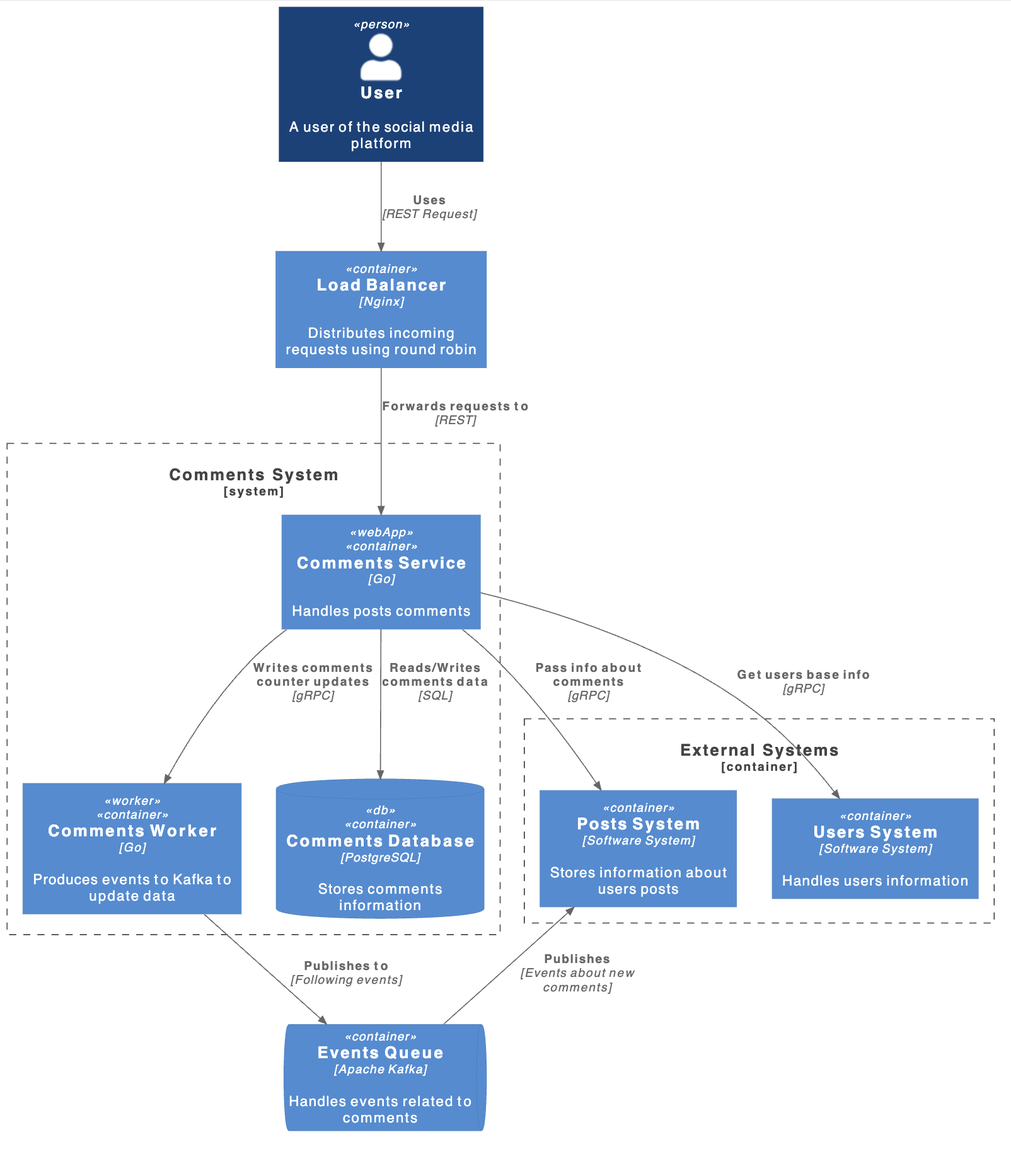
Earlier version of the PlantUML export architecture/comments/comments.png (Sly-al/social_network_system_design). Its source is kept beside it as architecture/comments/comments.puml. The source it was exported from:
```plantuml
@startuml
!include https://raw.githubusercontent.com/plantuml-stdlib/C4-PlantUML/master/C4_Container.puml

Person(user, "User", "A user of the social media platform")

Container(loadBalancer, "Load Balancer", "Nginx", "Distributes incoming requests using round robin")

System_Boundary(commentsSystem, "Comments System") {
    Container(commentsService, "Comments Service", "Go", "Handles posts comments", $tags="webApp")
    Container(commentsWorker, "Comments Worker", "Go", "Produces events to Kafka to update data", $tags="worker")
    ContainerDb(commentsDatabase, "Comments Database", "PostgreSQL", "Stores comments information", $tags="db")
}

Container_Boundary(externalSystems, "External Systems") {
    Container(usersSystem, "Users System", "Software System", "Handles users information")
    Container(postsSystem, "Posts System", "Software System", "Stores information about users posts")
}

ContainerQueue(messageQueue, "Events Queue", "Apache Kafka", "Handles events related to comments")

Rel(user, loadBalancer, "Uses", "REST Request")
Rel(loadBalancer, commentsService, "Forwards requests to", "REST")

Rel(commentsService, commentsDatabase, "Reads/Writes comments data", "SQL")
Rel(commentsService, commentsWorker, "Writes comments counter updates", "gRPC")

Rel(commentsService, usersSystem, "Get users base info", "gRPC")
Rel(commentsService, postsSystem, "Pass info about comments", "gRPC")

Rel_U(messageQueue, postsSystem, "Publishes", "Events about new comments")
Rel_D(commentsWorker, messageQueue, "Publishes to", "Following events")

@enduml
```
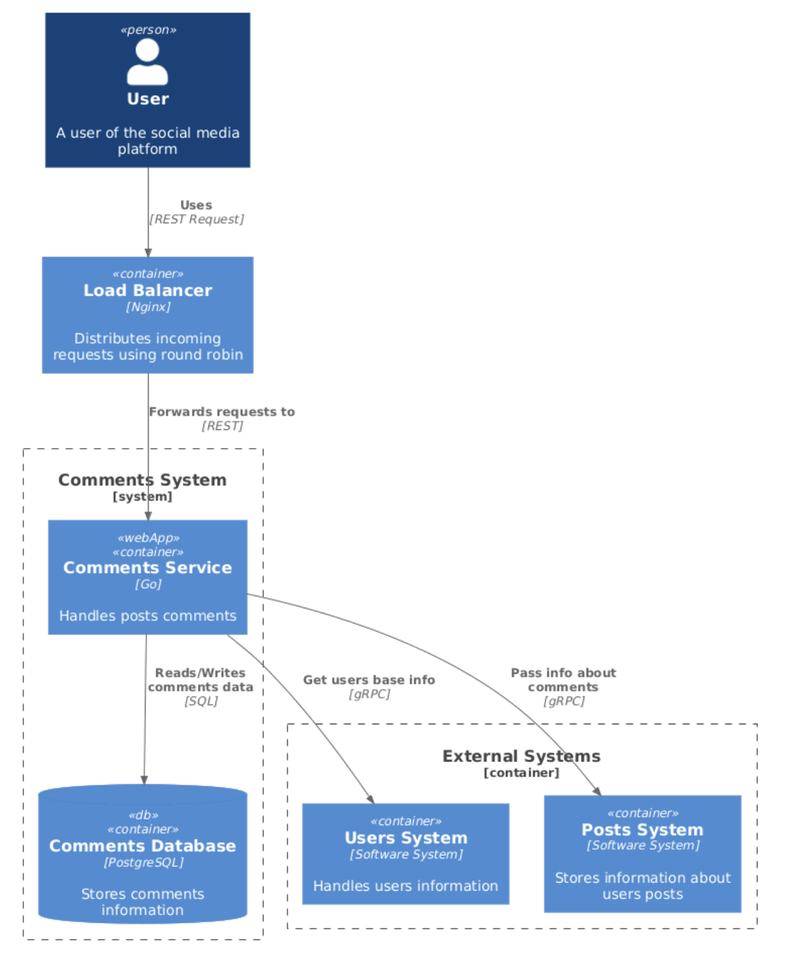
The same diagram one commit later.

Diff of the diagram source:
```diff
@@ -7,7 +7,6 @@
 
 System_Boundary(commentsSystem, "Comments System") {
     Container(commentsService, "Comments Service", "Go", "Handles posts comments", $tags="webApp")
-    Container(commentsWorker, "Comments Worker", "Go", "Produces events to Kafka to update data", $tags="worker")
     ContainerDb(commentsDatabase, "Comments Database", "PostgreSQL", "Stores comments information", $tags="db")
 }
 
@@ -16,18 +15,13 @@
     Container(postsSystem, "Posts System", "Software System", "Stores information about users posts")
 }
 
-ContainerQueue(messageQueue, "Events Queue", "Apache Kafka", "Handles events related to comments")
-
 Rel(user, loadBalancer, "Uses", "REST Request")
 Rel(loadBalancer, commentsService, "Forwards requests to", "REST")
 
 Rel(commentsService, commentsDatabase, "Reads/Writes comments data", "SQL")
-Rel(commentsService, commentsWorker, "Writes comments counter updates", "gRPC")
 
 Rel(commentsService, usersSystem, "Get users base info", "gRPC")
 Rel(commentsService, postsSystem, "Pass info about comments", "gRPC")
 
-Rel_U(messageQueue, postsSystem, "Publishes", "Events about new comments")
-Rel_D(commentsWorker, messageQueue, "Publishes to", "Following events")
 
 @enduml
```
